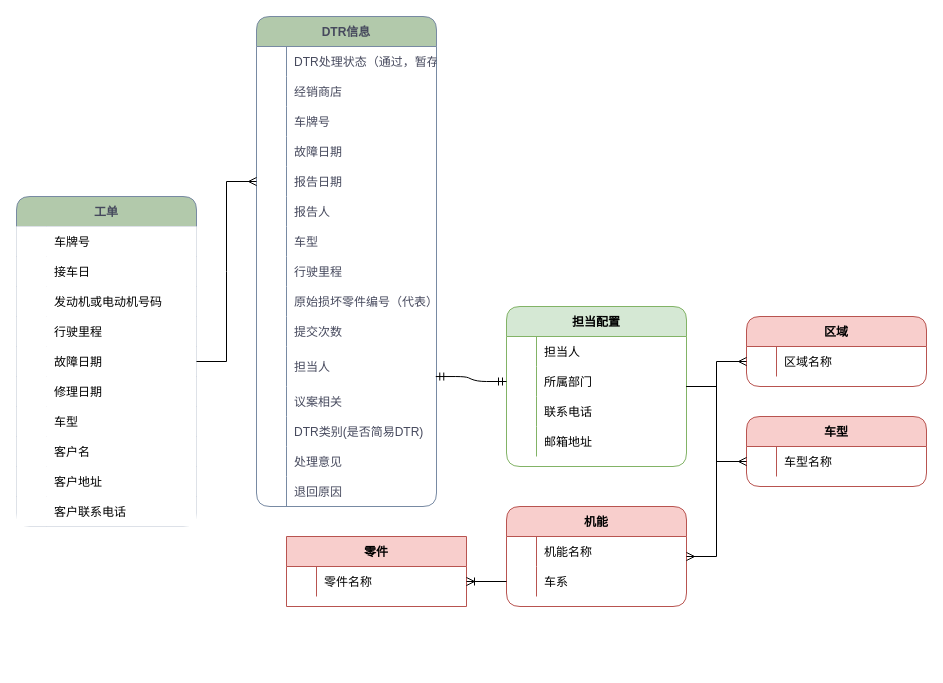
The draw.io diagram images/DTR聚合根.drawio in 1132489442/designer, before the edit. Source tidied: cells renumbered, new cells numbered last; positions are measured from the earlier drawing's top-left corner, leaving out a move shared by most shapes. Both pictures are drawn from the tidied source at 100%, with x=0, y=0 at pixel (16, 16).
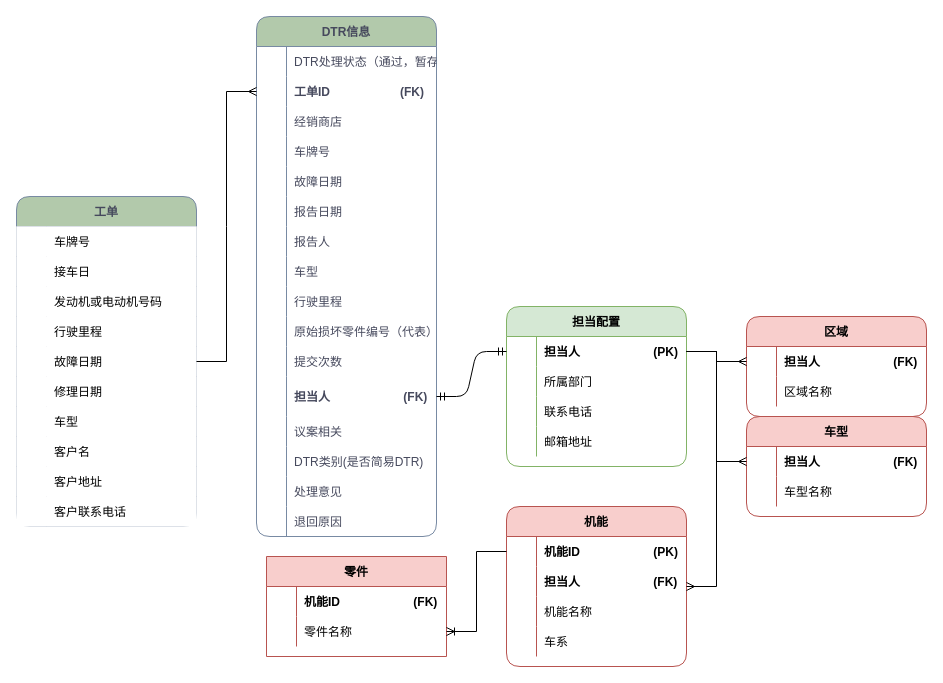
The same diagram, later.

Commit message (it also covers changes not shown here):
更新DTR聚合根.drawio

The change refers to these unchanged cells:
```xml
<mxCell id="2" value="工单" style="shape=table;startSize=30;childLayout=tableLayout;rowLines=0;fontStyle=1;align=center;fillColor=#B2C9AB;strokeColor=#788AA3;fontColor=#46495D;rounded=1;verticalAlign=middle;" parent="1" vertex="1">
  <mxGeometry y="180" width="180" height="330" as="geometry" />
</mxCell>
<mxCell id="80" style="shape=partialRectangle;fillColor=none;top=0;left=0;bottom=0;right=0;points=[[0,0.5],[1,0.5]];portConstraint=eastwest;rounded=1;" parent="79" vertex="1">
  <mxGeometry y="30" width="180" height="30" as="geometry" />
</mxCell>
<mxCell id="83" style="shape=partialRectangle;fillColor=none;top=0;left=0;bottom=0;right=0;points=[[0,0.5],[1,0.5]];portConstraint=eastwest;rounded=1;" parent="79" vertex="1">
  <mxGeometry y="60" width="180" height="30" as="geometry" />
</mxCell>
```

Diff of the diagram source:
```diff
@@
     <mxCell id="33" value="DTR信息" style="shape=table;startSize=30;childLayout=tableLayout;rowLines=0;fontStyle=1;align=center;fillColor=#B2C9AB;strokeColor=#788AA3;fontColor=#46495D;rounded=1;" parent="1" vertex="1">
-      <mxGeometry x="240" width="180" height="490" as="geometry" />
+      <mxGeometry x="240" width="180" height="520" as="geometry" />
     </mxCell>
@@
+    <mxCell id="117" style="shape=partialRectangle;fillColor=none;top=0;left=0;bottom=0;right=0;points=[[0,0.5],[1,0.5]];portConstraint=eastwest;strokeColor=#788AA3;fontColor=#46495D;rounded=1;" parent="33" vertex="1">
+      <mxGeometry y="60" width="180" height="30" as="geometry" />
+    </mxCell>
+    <mxCell id="118" style="shape=partialRectangle;fillColor=none;top=0;left=0;bottom=0;right=0;overflow=hidden;strokeColor=#788AA3;fontColor=#46495D;rounded=1;" parent="117" vertex="1">
+      <mxGeometry width="30" height="30" as="geometry" />
+    </mxCell>
+    <mxCell id="119" value="工单ID                     (FK)" style="shape=partialRectangle;fillColor=none;top=0;left=0;bottom=0;right=0;align=left;spacingLeft=6;overflow=hidden;strokeColor=#788AA3;fontColor=#46495D;rounded=1;fontStyle=1;" parent="117" vertex="1">
+      <mxGeometry x="30" width="150" height="30" as="geometry" />
+    </mxCell>
     <mxCell id="37" style="shape=partialRectangle;fillColor=none;top=0;left=0;bottom=0;right=0;strokeColor=#788AA3;fontColor=#46495D;rounded=1;" parent="33" vertex="1">
-      <mxGeometry y="60" width="180" height="30" as="geometry" />
+      <mxGeometry y="90" width="180" height="30" as="geometry" />
     </mxCell>
@@
     <mxCell id="40" style="shape=partialRectangle;fillColor=none;top=0;left=0;bottom=0;right=0;strokeColor=#788AA3;fontColor=#46495D;rounded=1;" parent="33" vertex="1">
-      <mxGeometry y="90" width="180" height="30" as="geometry" />
+      <mxGeometry y="120" width="180" height="30" as="geometry" />
     </mxCell>
@@
     <mxCell id="43" style="shape=partialRectangle;fillColor=none;top=0;left=0;bottom=0;right=0;strokeColor=#788AA3;fontColor=#46495D;rounded=1;" parent="33" vertex="1">
-      <mxGeometry y="120" width="180" height="30" as="geometry" />
+      <mxGeometry y="150" width="180" height="30" as="geometry" />
     </mxCell>
@@
     <mxCell id="46" style="shape=partialRectangle;fillColor=none;top=0;left=0;bottom=0;right=0;points=[[0,0.5],[1,0.5]];portConstraint=eastwest;strokeColor=#788AA3;fontColor=#46495D;rounded=1;" parent="33" vertex="1">
-      <mxGeometry y="150" width="180" height="30" as="geometry" />
+      <mxGeometry y="180" width="180" height="30" as="geometry" />
     </mxCell>
@@
     <mxCell id="49" style="shape=partialRectangle;fillColor=none;top=0;left=0;bottom=0;right=0;strokeColor=#788AA3;fontColor=#46495D;rounded=1;" parent="33" vertex="1">
-      <mxGeometry y="180" width="180" height="30" as="geometry" />
+      <mxGeometry y="210" width="180" height="30" as="geometry" />
     </mxCell>
@@
     <mxCell id="52" style="shape=partialRectangle;fillColor=none;top=0;left=0;bottom=0;right=0;strokeColor=#788AA3;fontColor=#46495D;rounded=1;" parent="33" vertex="1">
-      <mxGeometry y="210" width="180" height="30" as="geometry" />
+      <mxGeometry y="240" width="180" height="30" as="geometry" />
     </mxCell>
@@
     <mxCell id="55" style="shape=partialRectangle;fillColor=none;top=0;left=0;bottom=0;right=0;strokeColor=#788AA3;fontColor=#46495D;rounded=1;" parent="33" vertex="1">
-      <mxGeometry y="240" width="180" height="30" as="geometry" />
+      <mxGeometry y="270" width="180" height="30" as="geometry" />
     </mxCell>
@@
     <mxCell id="58" style="shape=partialRectangle;fillColor=none;top=0;left=0;bottom=0;right=0;strokeColor=#788AA3;fontColor=#46495D;rounded=1;" parent="33" vertex="1">
-      <mxGeometry y="270" width="180" height="30" as="geometry" />
+      <mxGeometry y="300" width="180" height="30" as="geometry" />
     </mxCell>
@@
     <mxCell id="61" style="shape=partialRectangle;fillColor=none;top=0;left=0;bottom=0;right=0;strokeColor=#788AA3;fontColor=#46495D;rounded=1;" parent="33" vertex="1">
-      <mxGeometry y="300" width="180" height="30" as="geometry" />
+      <mxGeometry y="330" width="180" height="30" as="geometry" />
     </mxCell>
@@
     <mxCell id="64" style="shape=partialRectangle;fillColor=none;top=0;left=0;bottom=0;right=0;points=[[0,0.5],[1,0.5]];portConstraint=eastwest;strokeColor=#788AA3;fontColor=#46495D;rounded=1;" parent="33" vertex="1">
-      <mxGeometry y="330" width="180" height="40" as="geometry" />
+      <mxGeometry y="360" width="180" height="40" as="geometry" />
     </mxCell>
@@
-    <mxCell id="66" value="担当人" style="shape=partialRectangle;fillColor=none;top=0;left=0;bottom=0;right=0;align=left;spacingLeft=6;overflow=hidden;strokeColor=#788AA3;fontColor=#46495D;rounded=1;" parent="64" vertex="1">
+    <mxCell id="66" value="担当人                      (FK)" style="shape=partialRectangle;fillColor=none;top=0;left=0;bottom=0;right=0;align=left;spacingLeft=6;overflow=hidden;strokeColor=#788AA3;fontColor=#46495D;rounded=1;fontStyle=1;" parent="64" vertex="1">
       <mxGeometry x="30" width="150" height="40" as="geometry" />
     </mxCell>
     <mxCell id="67" style="shape=partialRectangle;fillColor=none;top=0;left=0;bottom=0;right=0;strokeColor=#788AA3;fontColor=#46495D;rounded=1;" parent="33" vertex="1">
-      <mxGeometry y="370" width="180" height="30" as="geometry" />
+      <mxGeometry y="400" width="180" height="30" as="geometry" />
     </mxCell>
@@
     <mxCell id="70" style="shape=partialRectangle;fillColor=none;top=0;left=0;bottom=0;right=0;strokeColor=#788AA3;fontColor=#46495D;rounded=1;" parent="33" vertex="1">
-      <mxGeometry y="400" width="180" height="30" as="geometry" />
+      <mxGeometry y="430" width="180" height="30" as="geometry" />
     </mxCell>
@@
     <mxCell id="73" style="shape=partialRectangle;fillColor=none;top=0;left=0;bottom=0;right=0;strokeColor=#788AA3;fontColor=#46495D;rounded=1;" parent="33" vertex="1">
-      <mxGeometry y="430" width="180" height="30" as="geometry" />
+      <mxGeometry y="460" width="180" height="30" as="geometry" />
     </mxCell>
@@
     <mxCell id="76" style="shape=partialRectangle;fillColor=none;top=0;left=0;bottom=0;right=0;strokeColor=#788AA3;fontColor=#46495D;rounded=1;" parent="33" vertex="1">
-      <mxGeometry y="460" width="180" height="30" as="geometry" />
+      <mxGeometry y="490" width="180" height="30" as="geometry" />
     </mxCell>
@@
-    <mxCell id="82" value="担当人" style="shape=partialRectangle;fillColor=none;top=0;left=0;bottom=0;right=0;align=left;spacingLeft=6;overflow=hidden;rounded=1;" parent="80" vertex="1">
+    <mxCell id="82" value="担当人                      (PK)" style="shape=partialRectangle;fillColor=none;top=0;left=0;bottom=0;right=0;align=left;spacingLeft=6;overflow=hidden;rounded=1;fontStyle=1;" parent="80" vertex="1">
       <mxGeometry x="30" width="150" height="30" as="geometry" />
     </mxCell>
@@
     <mxCell id="92" value="机能" style="shape=table;startSize=30;childLayout=tableLayout;rowLines=0;fontStyle=1;align=center;rounded=1;fillColor=#f8cecc;strokeColor=#b85450;" parent="1" vertex="1">
-      <mxGeometry x="490" y="490" width="180" height="100" as="geometry" />
+      <mxGeometry x="490" y="490" width="180" height="160" as="geometry" />
     </mxCell>
+    <mxCell id="120" style="shape=partialRectangle;fillColor=none;top=0;left=0;bottom=0;right=0;points=[[0,0.5],[1,0.5]];portConstraint=eastwest;rounded=1;" parent="92" vertex="1">
+      <mxGeometry y="30" width="180" height="30" as="geometry" />
+    </mxCell>
+    <mxCell id="121" style="shape=partialRectangle;fillColor=none;top=0;left=0;bottom=0;right=0;overflow=hidden;rounded=1;" parent="120" vertex="1">
+      <mxGeometry width="30" height="30" as="geometry" />
+    </mxCell>
+    <mxCell id="122" value="机能ID                      (PK)" style="shape=partialRectangle;fillColor=none;top=0;left=0;bottom=0;right=0;align=left;spacingLeft=6;overflow=hidden;rounded=1;fontStyle=1;" parent="120" vertex="1">
+      <mxGeometry x="30" width="150" height="30" as="geometry" />
+    </mxCell>
+    <mxCell id="123" style="shape=partialRectangle;fillColor=none;top=0;left=0;bottom=0;right=0;rounded=1;" parent="92" vertex="1">
+      <mxGeometry y="60" width="180" height="30" as="geometry" />
+    </mxCell>
+    <mxCell id="124" style="shape=partialRectangle;fillColor=none;top=0;left=0;bottom=0;right=0;overflow=hidden;rounded=1;" parent="123" vertex="1">
+      <mxGeometry width="30" height="30" as="geometry" />
+    </mxCell>
+    <mxCell id="125" value="担当人                      (FK)" style="shape=partialRectangle;fillColor=none;top=0;left=0;bottom=0;right=0;align=left;spacingLeft=6;overflow=hidden;rounded=1;fontStyle=1;" parent="123" vertex="1">
+      <mxGeometry x="30" width="150" height="30" as="geometry" />
+    </mxCell>
     <mxCell id="93" style="shape=partialRectangle;fillColor=none;top=0;left=0;bottom=0;right=0;rounded=1;" parent="92" vertex="1">
-      <mxGeometry y="30" width="180" height="30" as="geometry" />
+      <mxGeometry y="90" width="180" height="30" as="geometry" />
     </mxCell>
@@
     <mxCell id="96" style="shape=partialRectangle;fillColor=none;top=0;left=0;bottom=0;right=0;points=[[0,0.5],[1,0.5]];portConstraint=eastwest;rounded=1;" parent="92" vertex="1">
-      <mxGeometry y="60" width="180" height="30" as="geometry" />
+      <mxGeometry y="120" width="180" height="30" as="geometry" />
     </mxCell>
@@
     <mxCell id="99" value="车型" style="shape=table;startSize=30;childLayout=tableLayout;rowLines=0;fontStyle=1;align=center;rounded=1;fillColor=#f8cecc;strokeColor=#b85450;" parent="1" vertex="1">
-      <mxGeometry x="730" y="400" width="180" height="70" as="geometry" />
+      <mxGeometry x="730" y="400" width="180" height="100" as="geometry" />
     </mxCell>
+    <mxCell id="126" style="shape=partialRectangle;fillColor=none;top=0;left=0;bottom=0;right=0;points=[[0,0.5],[1,0.5]];portConstraint=eastwest;rounded=1;" parent="99" vertex="1">
+      <mxGeometry y="30" width="180" height="30" as="geometry" />
+    </mxCell>
+    <mxCell id="127" style="shape=partialRectangle;fillColor=none;top=0;left=0;bottom=0;right=0;overflow=hidden;rounded=1;" parent="126" vertex="1">
+      <mxGeometry width="30" height="30" as="geometry" />
+    </mxCell>
+    <mxCell id="128" value="担当人                      (FK)" style="shape=partialRectangle;fillColor=none;top=0;left=0;bottom=0;right=0;align=left;spacingLeft=6;overflow=hidden;rounded=1;fontStyle=1;" parent="126" vertex="1">
+      <mxGeometry x="30" width="150" height="30" as="geometry" />
+    </mxCell>
     <mxCell id="100" style="shape=partialRectangle;fillColor=none;top=0;left=0;bottom=0;right=0;points=[[0,0.5],[1,0.5]];portConstraint=eastwest;rounded=1;" parent="99" vertex="1">
-      <mxGeometry y="30" width="180" height="30" as="geometry" />
+      <mxGeometry y="60" width="180" height="30" as="geometry" />
     </mxCell>
@@
     <mxCell id="103" value="区域" style="shape=table;startSize=30;childLayout=tableLayout;rowLines=0;fontStyle=1;align=center;rounded=1;fillColor=#f8cecc;strokeColor=#b85450;" parent="1" vertex="1">
-      <mxGeometry x="730" y="300" width="180" height="70" as="geometry" />
+      <mxGeometry x="730" y="300" width="180" height="100" as="geometry" />
     </mxCell>
+    <mxCell id="129" style="shape=partialRectangle;fillColor=none;top=0;left=0;bottom=0;right=0;points=[[0,0.5],[1,0.5]];portConstraint=eastwest;rounded=1;" parent="103" vertex="1">
+      <mxGeometry y="30" width="180" height="30" as="geometry" />
+    </mxCell>
+    <mxCell id="130" style="shape=partialRectangle;fillColor=none;top=0;left=0;bottom=0;right=0;overflow=hidden;rounded=1;" parent="129" vertex="1">
+      <mxGeometry width="30" height="30" as="geometry" />
+    </mxCell>
+    <mxCell id="131" value="担当人                      (FK)" style="shape=partialRectangle;fillColor=none;top=0;left=0;bottom=0;right=0;align=left;spacingLeft=6;overflow=hidden;rounded=1;fontStyle=1;" parent="129" vertex="1">
+      <mxGeometry x="30" width="150" height="30" as="geometry" />
+    </mxCell>
     <mxCell id="104" style="shape=partialRectangle;fillColor=none;top=0;left=0;bottom=0;right=0;points=[[0,0.5],[1,0.5]];portConstraint=eastwest;rounded=1;" parent="103" vertex="1">
-      <mxGeometry y="30" width="180" height="30" as="geometry" />
+      <mxGeometry y="60" width="180" height="30" as="geometry" />
     </mxCell>
@@
-    <mxCell id="107" style="edgeStyle=entityRelationEdgeStyle;fontSize=12;html=1;endArrow=ERmandOne;startArrow=ERmandOne;rounded=1;entryX=0.996;entryY=0.751;entryDx=0;entryDy=0;entryPerimeter=0;" parent="1" edge="1" source="83" target="64">
+    <mxCell id="107" style="edgeStyle=entityRelationEdgeStyle;fontSize=12;html=1;endArrow=ERmandOne;startArrow=ERmandOne;rounded=1;entryX=1;entryY=0.5;entryDx=0;entryDy=0;exitX=0;exitY=0.5;exitDx=0;exitDy=0;" parent="1" edge="1" source="80" target="64">
       <mxGeometry relative="1" as="geometry" />
     </mxCell>
-    <mxCell id="108" style="edgeStyle=entityRelationEdgeStyle;fontSize=12;html=1;endArrow=ERmany;rounded=0;" parent="1" edge="1" target="104">
-      <mxGeometry relative="1" as="geometry">
-        <mxPoint x="670" y="370" as="sourcePoint" />
-      </mxGeometry>
+    <mxCell id="108" style="edgeStyle=entityRelationEdgeStyle;fontSize=12;html=1;endArrow=ERmany;rounded=0;exitX=1;exitY=0.5;exitDx=0;exitDy=0;entryX=0;entryY=0.5;entryDx=0;entryDy=0;" parent="1" edge="1" source="80" target="129">
+      <mxGeometry relative="1" as="geometry" />
     </mxCell>
-    <mxCell id="109" style="edgeStyle=entityRelationEdgeStyle;fontSize=12;html=1;endArrow=ERmany;rounded=0;" parent="1" edge="1" target="100">
-      <mxGeometry relative="1" as="geometry">
-        <mxPoint x="670" y="370" as="sourcePoint" />
-      </mxGeometry>
+    <mxCell id="109" style="edgeStyle=entityRelationEdgeStyle;fontSize=12;html=1;endArrow=ERmany;rounded=0;exitX=1;exitY=0.5;exitDx=0;exitDy=0;entryX=0;entryY=0.5;entryDx=0;entryDy=0;" parent="1" edge="1" source="80" target="126">
+      <mxGeometry relative="1" as="geometry" />
     </mxCell>
-    <mxCell id="110" style="edgeStyle=entityRelationEdgeStyle;fontSize=12;html=1;endArrow=ERmany;rounded=0;" parent="1" edge="1" target="92">
-      <mxGeometry relative="1" as="geometry">
-        <mxPoint x="670" y="370" as="sourcePoint" />
-      </mxGeometry>
+    <mxCell id="110" style="edgeStyle=entityRelationEdgeStyle;fontSize=12;html=1;endArrow=ERmany;rounded=0;exitX=1;exitY=0.5;exitDx=0;exitDy=0;" parent="1" edge="1" source="80" target="92">
+      <mxGeometry relative="1" as="geometry" />
     </mxCell>
-    <mxCell id="111" style="edgeStyle=entityRelationEdgeStyle;fontSize=12;html=1;endArrow=ERmany;rounded=0;" parent="1" edge="1" source="2" target="46">
+    <mxCell id="111" style="edgeStyle=entityRelationEdgeStyle;fontSize=12;html=1;endArrow=ERmany;rounded=0;entryX=0;entryY=0.5;entryDx=0;entryDy=0;" parent="1" edge="1" source="2" target="117">
       <mxGeometry relative="1" as="geometry" />
     </mxCell>
     <mxCell id="112" value="零件" style="shape=table;startSize=30;childLayout=tableLayout;rowLines=0;fontStyle=1;align=center;fillColor=#f8cecc;strokeColor=#b85450;" parent="1" vertex="1">
-      <mxGeometry x="270" y="520" width="180" height="70" as="geometry" />
+      <mxGeometry x="250" y="540" width="180" height="100" as="geometry" />
     </mxCell>
+    <mxCell id="132" style="shape=partialRectangle;fillColor=none;top=0;left=0;bottom=0;right=0;" parent="112" vertex="1">
+      <mxGeometry y="30" width="180" height="30" as="geometry" />
+    </mxCell>
+    <mxCell id="133" style="shape=partialRectangle;fillColor=none;top=0;left=0;bottom=0;right=0;overflow=hidden;" parent="132" vertex="1">
+      <mxGeometry width="30" height="30" as="geometry" />
+    </mxCell>
+    <mxCell id="134" value="机能ID                      (FK)" style="shape=partialRectangle;fillColor=none;top=0;left=0;bottom=0;right=0;align=left;spacingLeft=6;overflow=hidden;fontStyle=1;" parent="132" vertex="1">
+      <mxGeometry x="30" width="150" height="30" as="geometry" />
+    </mxCell>
     <mxCell id="113" style="shape=partialRectangle;fillColor=none;top=0;left=0;bottom=0;right=0;points=[[0,0.5],[1,0.5]];portConstraint=eastwest;" parent="112" vertex="1">
-      <mxGeometry y="30" width="180" height="30" as="geometry" />
+      <mxGeometry y="60" width="180" height="30" as="geometry" />
     </mxCell>
@@
-    <mxCell id="116" style="edgeStyle=entityRelationEdgeStyle;fontSize=12;html=1;endArrow=ERoneToMany;rounded=0;entryX=1;entryY=0.5;entryDx=0;entryDy=0;" parent="1" edge="1" source="96" target="113">
+    <mxCell id="116" style="edgeStyle=entityRelationEdgeStyle;fontSize=12;html=1;endArrow=ERoneToMany;rounded=0;entryX=1;entryY=0.5;entryDx=0;entryDy=0;exitX=0;exitY=0.5;exitDx=0;exitDy=0;" parent="1" edge="1" source="120" target="113">
       <mxGeometry relative="1" as="geometry" />
     </mxCell>
```
